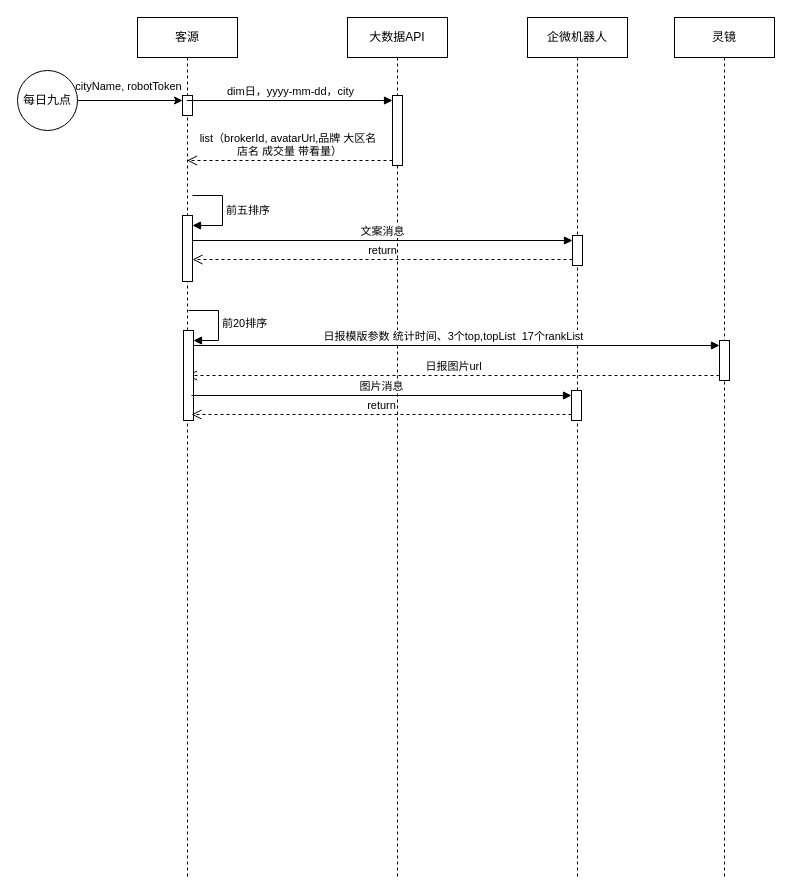
This is 喜报迭代.drawio from SmellyTrotter/draw.io, a draw.io file, before an edit. Source tidied: cells renumbered, new cells numbered last; positions are measured from the earlier drawing's top-left corner, leaving out a move shared by most shapes. Both pictures are drawn from the tidied source at 100%, with x=0, y=0 at pixel (17, 17).
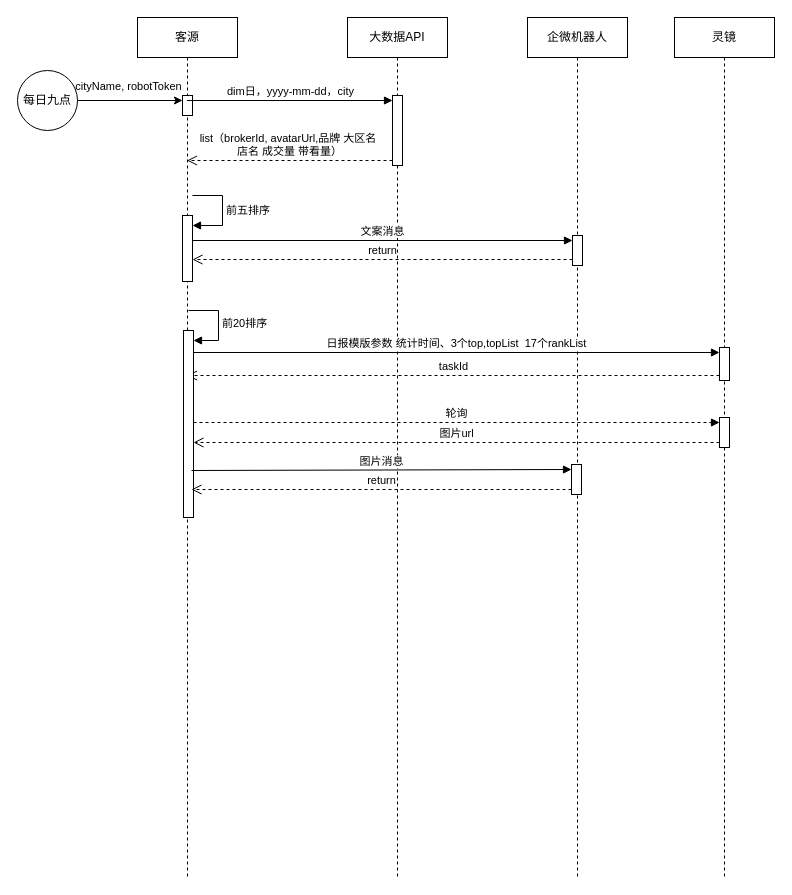
The same page after the edit.

Commit message (it also covers changes not shown here):
更新喜报迭代.drawio

Unchanged cells that the change refers to:
```xml
<mxCell id="7" value="企微机器人" style="shape=umlLifeline;perimeter=lifelinePerimeter;whiteSpace=wrap;html=1;newEdgeStyle={&quot;curved&quot;:0,&quot;rounded&quot;:0};" parent="1" vertex="1">
  <mxGeometry x="510" width="100" height="860" as="geometry" />
</mxCell>
<mxCell id="11" value="客源" style="shape=umlLifeline;perimeter=lifelinePerimeter;whiteSpace=wrap;html=1;newEdgeStyle={&quot;curved&quot;:0,&quot;rounded&quot;:0};" parent="1" vertex="1">
  <mxGeometry x="120" width="100" height="860" as="geometry" />
</mxCell>
<mxCell id="21" value="灵镜" style="shape=umlLifeline;perimeter=lifelinePerimeter;whiteSpace=wrap;html=1;newEdgeStyle={&quot;curved&quot;:0,&quot;rounded&quot;:0};" parent="1" vertex="1">
  <mxGeometry x="657" width="100" height="860" as="geometry" />
</mxCell>
```

Diff of the diagram source:
```diff
@@
-    <mxCell id="9" value="日报模版参数 统计时间、3个top,topList&amp;nbsp; 17个rankList" style="html=1;verticalAlign=bottom;endArrow=block;curved=0;rounded=0;entryX=0;entryY=0;entryDx=0;entryDy=5;" parent="7" edge="1" target="22">
-      <mxGeometry relative="1" as="geometry">
-        <mxPoint x="-340.5" y="328" as="sourcePoint" />
-      </mxGeometry>
-    </mxCell>
-    <mxCell id="10" value="日报图片url" style="html=1;verticalAlign=bottom;endArrow=open;dashed=1;endSize=8;curved=0;rounded=0;exitX=0;exitY=1;exitDx=0;exitDy=-5;" parent="7" edge="1" source="22">
+    <mxCell id="10" value="taskId" style="html=1;verticalAlign=bottom;endArrow=open;dashed=1;endSize=8;curved=0;rounded=0;exitX=0;exitY=1;exitDx=0;exitDy=-5;" parent="7" edge="1" source="22">
       <mxGeometry relative="1" as="geometry">
         <mxPoint x="-340.5" y="358" as="targetPoint" />
       </mxGeometry>
     </mxCell>
@@
     <mxCell id="15" style="html=1;points=[[0,0,0,0,5],[0,1,0,0,-5],[1,0,0,0,5],[1,1,0,0,-5]];perimeter=orthogonalPerimeter;outlineConnect=0;targetShapes=umlLifeline;portConstraint=eastwest;newEdgeStyle={&quot;curved&quot;:0,&quot;rounded&quot;:0};" parent="11" vertex="1">
-      <mxGeometry x="46" y="313" width="10" height="90" as="geometry" />
+      <mxGeometry x="46" y="313" width="10" height="187" as="geometry" />
     </mxCell>
@@
     <mxCell id="22" style="html=1;points=[[0,0,0,0,5],[0,1,0,0,-5],[1,0,0,0,5],[1,1,0,0,-5]];perimeter=orthogonalPerimeter;outlineConnect=0;targetShapes=umlLifeline;portConstraint=eastwest;newEdgeStyle={&quot;curved&quot;:0,&quot;rounded&quot;:0};" parent="21" vertex="1">
-      <mxGeometry x="45" y="323" width="10" height="40" as="geometry" />
+      <mxGeometry x="45" y="330" width="10" height="33" as="geometry" />
     </mxCell>
+    <mxCell id="26" style="html=1;points=[[0,0,0,0,5],[0,1,0,0,-5],[1,0,0,0,5],[1,1,0,0,-5]];perimeter=orthogonalPerimeter;outlineConnect=0;targetShapes=umlLifeline;portConstraint=eastwest;newEdgeStyle={&quot;curved&quot;:0,&quot;rounded&quot;:0};" parent="21" vertex="1">
+      <mxGeometry x="45" y="400" width="10" height="30" as="geometry" />
+    </mxCell>
     <mxCell id="23" style="html=1;points=[[0,0,0,0,5],[0,1,0,0,-5],[1,0,0,0,5],[1,1,0,0,-5]];perimeter=orthogonalPerimeter;outlineConnect=0;targetShapes=umlLifeline;portConstraint=eastwest;newEdgeStyle={&quot;curved&quot;:0,&quot;rounded&quot;:0};" parent="1" vertex="1">
-      <mxGeometry x="554" y="373" width="10" height="30" as="geometry" />
+      <mxGeometry x="554" y="447" width="10" height="30" as="geometry" />
     </mxCell>
     <mxCell id="24" value="图片消息" style="html=1;verticalAlign=bottom;endArrow=block;curved=0;rounded=0;entryX=0;entryY=0;entryDx=0;entryDy=5;" parent="1" edge="1" target="23">
       <mxGeometry relative="1" as="geometry">
-        <mxPoint x="174" y="378" as="sourcePoint" />
+        <mxPoint x="174" y="453" as="sourcePoint" />
       </mxGeometry>
     </mxCell>
     <mxCell id="25" value="return" style="html=1;verticalAlign=bottom;endArrow=open;dashed=1;endSize=8;curved=0;rounded=0;exitX=0;exitY=1;exitDx=0;exitDy=-5;" parent="1" edge="1">
       <mxGeometry relative="1" as="geometry">
-        <mxPoint x="554" y="397" as="sourcePoint" />
-        <mxPoint x="174" y="397" as="targetPoint" />
+        <mxPoint x="554" y="472" as="sourcePoint" />
+        <mxPoint x="174" y="472" as="targetPoint" />
       </mxGeometry>
     </mxCell>
+    <mxCell id="9" value="日报模版参数 统计时间、3个top,topList&amp;nbsp; 17个rankList" style="html=1;verticalAlign=bottom;endArrow=block;curved=0;rounded=0;entryX=0;entryY=0;entryDx=0;entryDy=5;" parent="1" edge="1" source="15" target="22">
+      <mxGeometry relative="1" as="geometry" />
+    </mxCell>
+    <mxCell id="27" value="轮询" style="html=1;verticalAlign=bottom;endArrow=block;curved=0;rounded=0;entryX=0;entryY=0;entryDx=0;entryDy=5;dashed=1;" parent="1" edge="1" source="15" target="26">
+      <mxGeometry relative="1" as="geometry" />
+    </mxCell>
+    <mxCell id="28" value="图片url" style="html=1;verticalAlign=bottom;endArrow=open;dashed=1;endSize=8;curved=0;rounded=0;exitX=0;exitY=1;exitDx=0;exitDy=-5;" parent="1" edge="1" source="26" target="15">
+      <mxGeometry relative="1" as="geometry" />
+    </mxCell>
```
